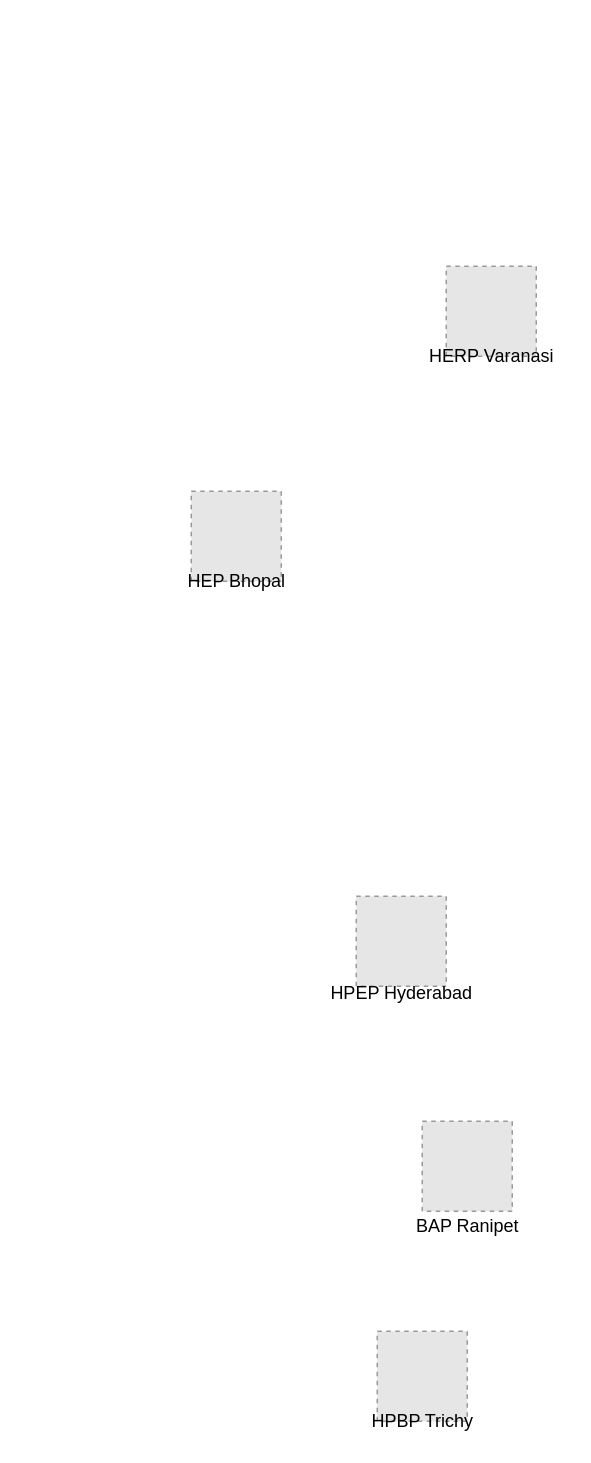
Before: MOLA_NETWORK.drawio in bhupendramishra2504/AditsaHealthCare, a draw.io diagram. Source tidied: cells renumbered, new cells numbered last; positions are measured from the earlier drawing's top-left corner, leaving out a move shared by most shapes. Both pictures are drawn from the tidied source at 150%, with x=0, y=0 at pixel (176, 266). Pictures stored in the file or linked from it are replaced by grey dashed boxes.
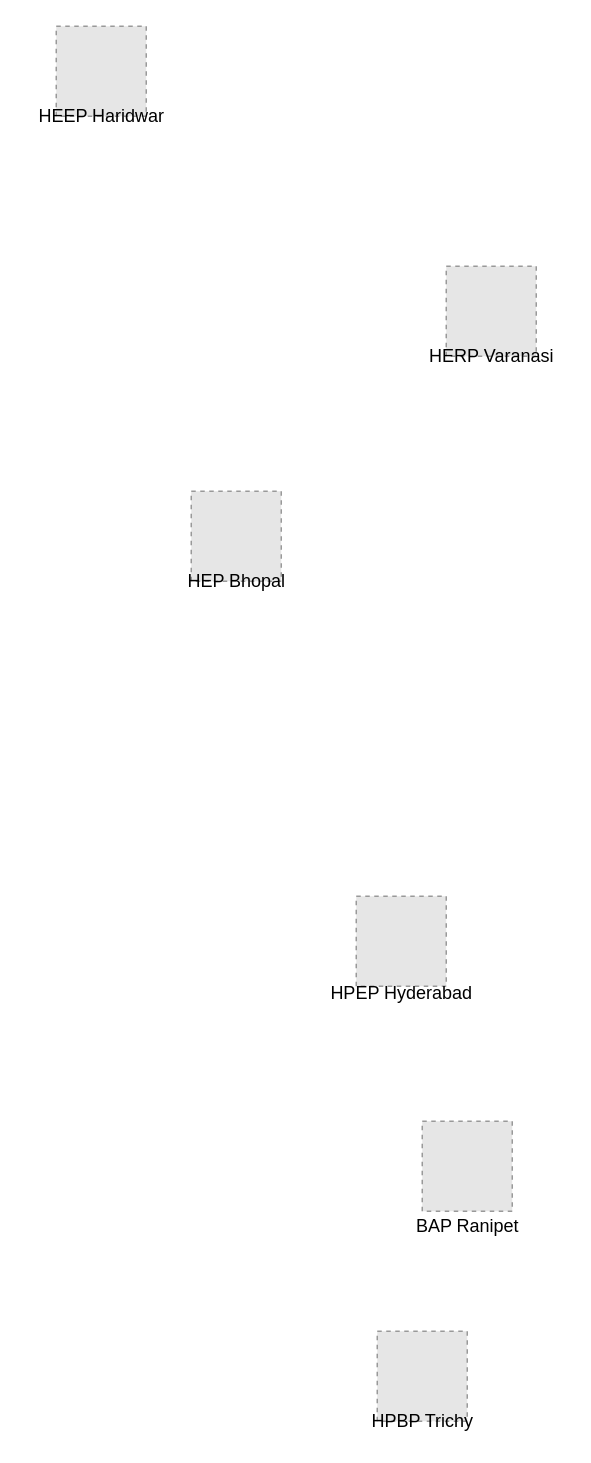
Above is the later version.

Diff of the diagram source:
```diff
@@
 <mxGraphModel>
   <root>
     <mxCell id="0" />
     <mxCell id="1" parent="0" />
     <mxCell id="2" style="fillColor=#E6E6E6;strokeColor=#999999;dashed=1;html=1;verticalAlign=top;verticalLabelPosition=bottom;labelBackgroundColor=#ffffff;" parent="1" vertex="1">
       <mxGeometry x="10" y="150" width="60" height="60" as="geometry" />
     </mxCell>
     <mxCell id="3" value="HEP Bhopal" style="text;html=1;align=center;verticalAlign=middle;strokeColor=none;fillColor=none;" parent="1" vertex="1">
       <mxGeometry y="200" width="80" height="20" as="geometry" />
     </mxCell>
     <mxCell id="4" style="fillColor=#E6E6E6;strokeColor=#999999;dashed=1;html=1;verticalAlign=top;verticalLabelPosition=bottom;labelBackgroundColor=#ffffff;" parent="1" vertex="1">
       <mxGeometry x="180" width="60" height="60" as="geometry" />
     </mxCell>
     <mxCell id="5" value="HERP Varanasi" style="text;html=1;align=center;verticalAlign=middle;strokeColor=none;fillColor=none;" parent="1" vertex="1">
       <mxGeometry x="160" y="50" width="100" height="20" as="geometry" />
     </mxCell>
     <mxCell id="6" style="fillColor=#E6E6E6;strokeColor=#999999;dashed=1;html=1;verticalAlign=top;verticalLabelPosition=bottom;labelBackgroundColor=#ffffff;" parent="1" vertex="1">
       <mxGeometry x="120" y="420" width="60" height="60" as="geometry" />
     </mxCell>
     <mxCell id="7" value="HPEP Hyderabad" style="text;html=1;align=center;verticalAlign=middle;strokeColor=none;fillColor=none;" parent="1" vertex="1">
       <mxGeometry x="95" y="475" width="110" height="20" as="geometry" />
     </mxCell>
     <mxCell id="8" style="fillColor=#E6E6E6;strokeColor=#999999;dashed=1;html=1;verticalAlign=top;verticalLabelPosition=bottom;labelBackgroundColor=#ffffff;" parent="1" vertex="1">
       <mxGeometry x="164" y="570" width="60" height="60" as="geometry" />
     </mxCell>
     <mxCell id="9" value="BAP Ranipet" style="text;html=1;align=center;verticalAlign=middle;strokeColor=none;fillColor=none;" parent="1" vertex="1">
       <mxGeometry x="154" y="630" width="80" height="20" as="geometry" />
     </mxCell>
     <mxCell id="10" style="fillColor=#E6E6E6;strokeColor=#999999;dashed=1;html=1;verticalAlign=top;verticalLabelPosition=bottom;labelBackgroundColor=#ffffff;" parent="1" vertex="1">
       <mxGeometry x="134" y="710" width="60" height="60" as="geometry" />
     </mxCell>
     <mxCell id="11" value="HPBP Trichy" style="text;html=1;align=center;verticalAlign=middle;strokeColor=none;fillColor=none;" parent="1" vertex="1">
       <mxGeometry x="124" y="760" width="80" height="20" as="geometry" />
     </mxCell>
+    <mxCell id="12" style="fillColor=#E6E6E6;strokeColor=#999999;dashed=1;html=1;verticalAlign=top;verticalLabelPosition=bottom;labelBackgroundColor=#ffffff;" parent="1" vertex="1">
+      <mxGeometry x="-80" y="-160" width="60" height="60" as="geometry" />
+    </mxCell>
+    <mxCell id="13" value="HEEP Haridwar" style="text;html=1;align=center;verticalAlign=middle;strokeColor=none;fillColor=none;" parent="1" vertex="1">
+      <mxGeometry x="-100" y="-110" width="100" height="20" as="geometry" />
+    </mxCell>
   </root>
 </mxGraphModel>
```
